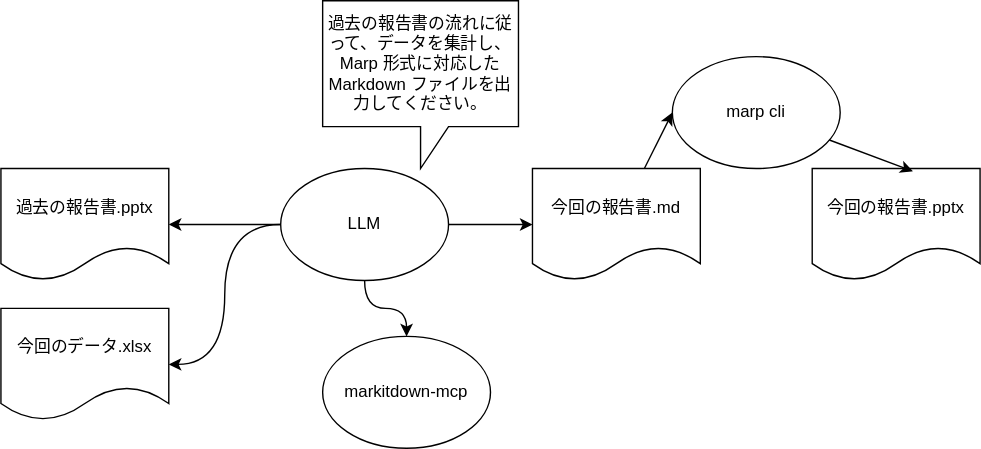
makaizo/automatic_report_generation keeps this draw.io diagram as images/flow.drawio.svg. Above is the earlier version. Source tidied: cells renumbered, new cells last; positions are measured from the earlier drawing's top-left corner, leaving out a move shared by most shapes. Source of this version:
```xml
<mxGraphModel>
  <root>
    <mxCell id="0" />
    <mxCell id="1" parent="0" />
    <mxCell id="2" value="過去の報告書.pptx" style="shape=document;whiteSpace=wrap;html=1;boundedLbl=1;" parent="1" vertex="1">
      <mxGeometry y="120" width="120" height="80" as="geometry" />
    </mxCell>
    <mxCell id="3" value="今回のデータ.xlsx" style="shape=document;whiteSpace=wrap;html=1;boundedLbl=1;" parent="1" vertex="1">
      <mxGeometry y="220" width="120" height="80" as="geometry" />
    </mxCell>
    <mxCell id="4" value="markitdown-mcp" style="ellipse;whiteSpace=wrap;html=1;" parent="1" vertex="1">
      <mxGeometry x="230" y="240" width="120" height="80" as="geometry" />
    </mxCell>
    <mxCell id="5" style="edgeStyle=orthogonalEdgeStyle;html=1;curved=1;" parent="1" edge="1" source="9" target="2">
      <mxGeometry relative="1" as="geometry" />
    </mxCell>
    <mxCell id="6" style="edgeStyle=orthogonalEdgeStyle;html=1;curved=1;entryX=1;entryY=0.5;entryDx=0;entryDy=0;" parent="1" edge="1" source="9" target="3">
      <mxGeometry relative="1" as="geometry" />
    </mxCell>
    <mxCell id="7" style="edgeStyle=orthogonalEdgeStyle;html=1;entryX=0.5;entryY=0;entryDx=0;entryDy=0;curved=1;" parent="1" edge="1" source="9" target="4">
      <mxGeometry relative="1" as="geometry" />
    </mxCell>
    <mxCell id="8" style="edgeStyle=orthogonalEdgeStyle;html=1;entryX=0;entryY=0.5;entryDx=0;entryDy=0;curved=1;" parent="1" edge="1" source="9" target="12">
      <mxGeometry relative="1" as="geometry" />
    </mxCell>
    <mxCell id="9" value="LLM" style="ellipse;whiteSpace=wrap;html=1;" parent="1" vertex="1">
      <mxGeometry x="200" y="120" width="120" height="80" as="geometry" />
    </mxCell>
    <mxCell id="10" value="過去の報告書の流れに従って、データを集計し、Marp 形式に対応した Markdown ファイルを出力してください。" style="shape=callout;whiteSpace=wrap;html=1;perimeter=calloutPerimeter;" parent="1" vertex="1">
      <mxGeometry x="230" width="140" height="120" as="geometry" />
    </mxCell>
    <mxCell id="11" style="edgeStyle=none;html=1;entryX=0;entryY=0.5;entryDx=0;entryDy=0;" parent="1" edge="1" source="12" target="14">
      <mxGeometry relative="1" as="geometry" />
    </mxCell>
    <mxCell id="12" value="今回の報告書.md" style="shape=document;whiteSpace=wrap;html=1;boundedLbl=1;" parent="1" vertex="1">
      <mxGeometry x="380" y="120" width="120" height="80" as="geometry" />
    </mxCell>
    <mxCell id="13" value="今回の報告書.pptx" style="shape=document;whiteSpace=wrap;html=1;boundedLbl=1;" parent="1" vertex="1">
      <mxGeometry x="580" y="120" width="120" height="80" as="geometry" />
    </mxCell>
    <mxCell id="14" value="marp cli" style="ellipse;whiteSpace=wrap;html=1;" parent="1" vertex="1">
      <mxGeometry x="480" y="40" width="120" height="80" as="geometry" />
    </mxCell>
    <mxCell id="15" style="edgeStyle=none;html=1;entryX=0.6;entryY=0.025;entryDx=0;entryDy=0;entryPerimeter=0;" parent="1" edge="1" source="14" target="13">
      <mxGeometry relative="1" as="geometry" />
    </mxCell>
  </root>
</mxGraphModel>
```
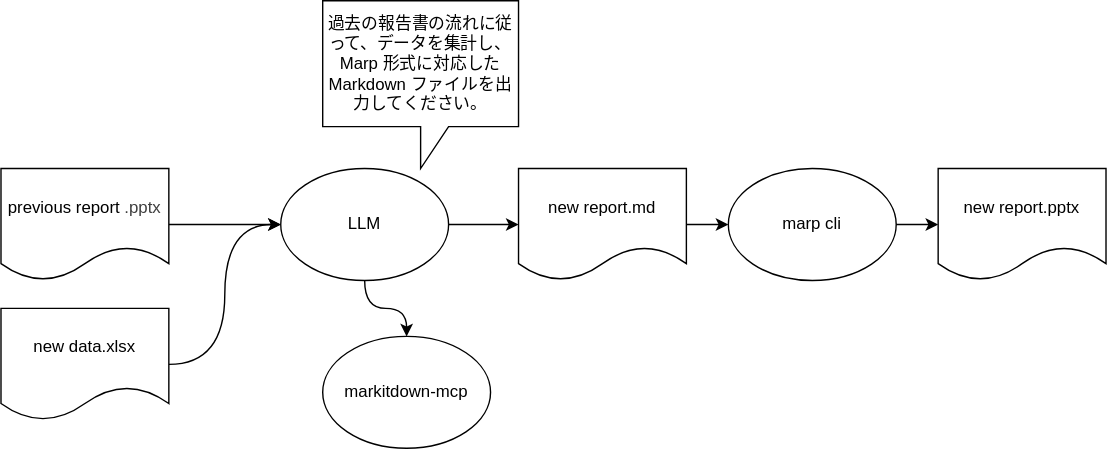
Later version of the same file.

Diff of the diagram source:
```diff
@@ -2,21 +2,21 @@
   <root>
     <mxCell id="0" />
     <mxCell id="1" parent="0" />
+    <mxCell id="16" style="edgeStyle=none;html=1;" parent="1" edge="1" source="2" target="9">
+      <mxGeometry relative="1" as="geometry" />
+    </mxCell>
-    <mxCell id="2" value="過去の報告書.pptx" style="shape=document;whiteSpace=wrap;html=1;boundedLbl=1;" parent="1" vertex="1">
+    <mxCell id="2" value="&lt;span style=&quot;background-color: transparent;&quot;&gt;&lt;font color=&quot;#000000&quot;&gt;previous report&lt;/font&gt;&lt;/span&gt;&lt;span style=&quot;color: rgb(63, 63, 63); background-color: transparent;&quot;&gt;.pptx&lt;/span&gt;" style="shape=document;whiteSpace=wrap;html=1;boundedLbl=1;" parent="1" vertex="1">
       <mxGeometry y="120" width="120" height="80" as="geometry" />
     </mxCell>
+    <mxCell id="17" style="edgeStyle=orthogonalEdgeStyle;html=1;entryX=0;entryY=0.5;entryDx=0;entryDy=0;curved=1;" parent="1" edge="1" source="3" target="9">
+      <mxGeometry relative="1" as="geometry" />
+    </mxCell>
-    <mxCell id="3" value="今回のデータ.xlsx" style="shape=document;whiteSpace=wrap;html=1;boundedLbl=1;" parent="1" vertex="1">
+    <mxCell id="3" value="new data.xlsx" style="shape=document;whiteSpace=wrap;html=1;boundedLbl=1;" parent="1" vertex="1">
       <mxGeometry y="220" width="120" height="80" as="geometry" />
     </mxCell>
     <mxCell id="4" value="markitdown-mcp" style="ellipse;whiteSpace=wrap;html=1;" parent="1" vertex="1">
       <mxGeometry x="230" y="240" width="120" height="80" as="geometry" />
     </mxCell>
-    <mxCell id="5" style="edgeStyle=orthogonalEdgeStyle;html=1;curved=1;" parent="1" edge="1" source="9" target="2">
-      <mxGeometry relative="1" as="geometry" />
-    </mxCell>
-    <mxCell id="6" style="edgeStyle=orthogonalEdgeStyle;html=1;curved=1;entryX=1;entryY=0.5;entryDx=0;entryDy=0;" parent="1" edge="1" source="9" target="3">
-      <mxGeometry relative="1" as="geometry" />
-    </mxCell>
     <mxCell id="7" style="edgeStyle=orthogonalEdgeStyle;html=1;entryX=0.5;entryY=0;entryDx=0;entryDy=0;curved=1;" parent="1" edge="1" source="9" target="4">
       <mxGeometry relative="1" as="geometry" />
     </mxCell>
@@ -32,16 +32,16 @@
     <mxCell id="11" style="edgeStyle=none;html=1;entryX=0;entryY=0.5;entryDx=0;entryDy=0;" parent="1" edge="1" source="12" target="14">
       <mxGeometry relative="1" as="geometry" />
     </mxCell>
-    <mxCell id="12" value="今回の報告書.md" style="shape=document;whiteSpace=wrap;html=1;boundedLbl=1;" parent="1" vertex="1">
-      <mxGeometry x="380" y="120" width="120" height="80" as="geometry" />
+    <mxCell id="12" value="new report.md" style="shape=document;whiteSpace=wrap;html=1;boundedLbl=1;" parent="1" vertex="1">
+      <mxGeometry x="370" y="120" width="120" height="80" as="geometry" />
     </mxCell>
-    <mxCell id="13" value="今回の報告書.pptx" style="shape=document;whiteSpace=wrap;html=1;boundedLbl=1;" parent="1" vertex="1">
-      <mxGeometry x="580" y="120" width="120" height="80" as="geometry" />
+    <mxCell id="13" value="new report.pptx" style="shape=document;whiteSpace=wrap;html=1;boundedLbl=1;" parent="1" vertex="1">
+      <mxGeometry x="670" y="120" width="120" height="80" as="geometry" />
     </mxCell>
     <mxCell id="14" value="marp cli" style="ellipse;whiteSpace=wrap;html=1;" parent="1" vertex="1">
-      <mxGeometry x="480" y="40" width="120" height="80" as="geometry" />
+      <mxGeometry x="520" y="120" width="120" height="80" as="geometry" />
     </mxCell>
-    <mxCell id="15" style="edgeStyle=none;html=1;entryX=0.6;entryY=0.025;entryDx=0;entryDy=0;entryPerimeter=0;" parent="1" edge="1" source="14" target="13">
+    <mxCell id="15" style="edgeStyle=none;html=1;entryX=0;entryY=0.5;entryDx=0;entryDy=0;" parent="1" edge="1" source="14" target="13">
       <mxGeometry relative="1" as="geometry" />
     </mxCell>
   </root>
```
